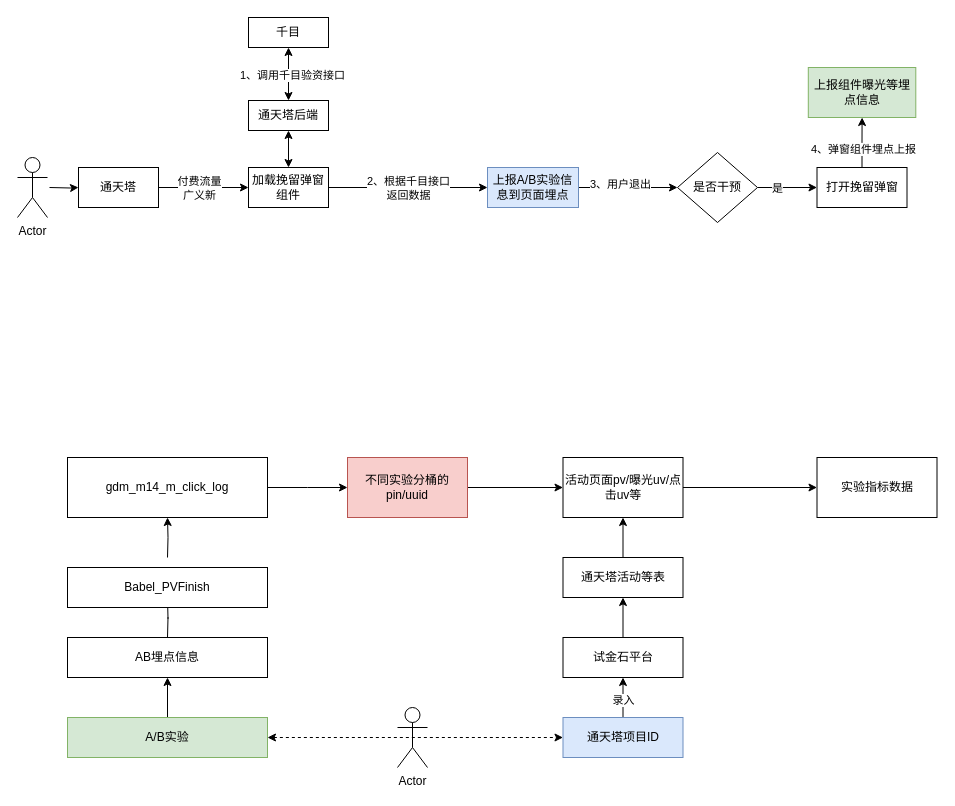
The draw.io diagram 挽留弹窗ab实验.drawio in BlankKelly/diagrams, before the edit. Source tidied: cells renumbered, new cells numbered last; positions are measured from the earlier drawing's top-left corner, leaving out a move shared by most shapes. Both pictures are drawn from the tidied source at 100%, with x=0, y=0 at pixel (17, 17).
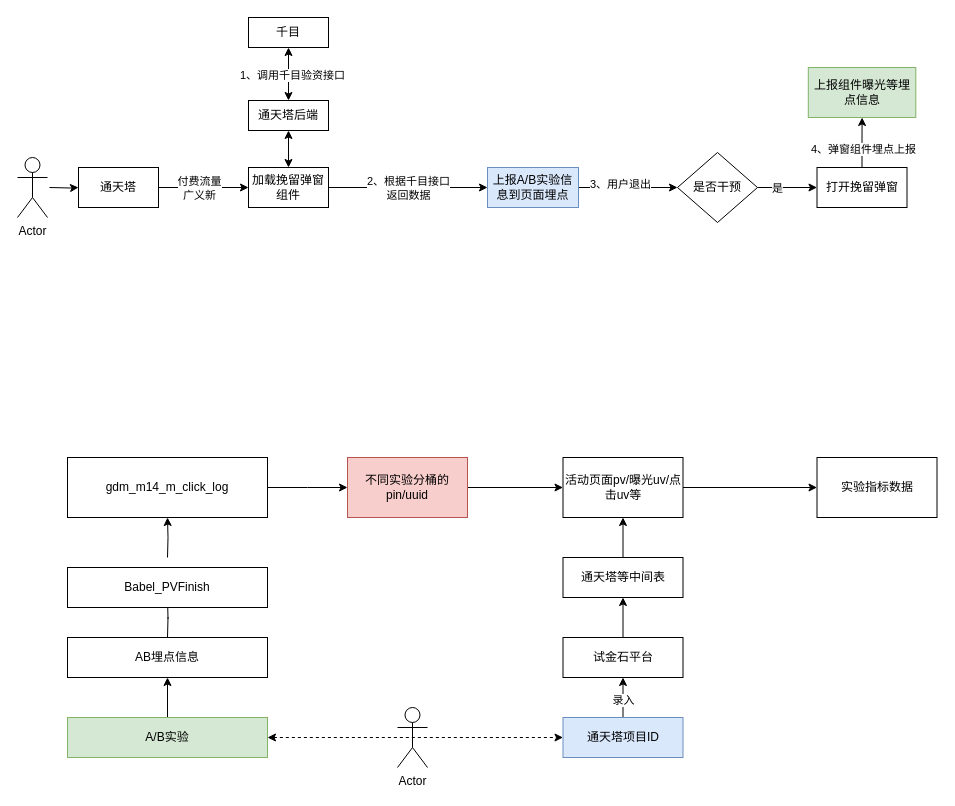
The same diagram, later.

Commit message:
更新挽留弹窗ab实验.drawio

Diff of the diagram source:
```diff
@@
-    <mxCell id="46" value="通天塔活动等表" style="rounded=0;whiteSpace=wrap;html=1;" parent="1" vertex="1">
+    <mxCell id="46" value="通天塔等中间表" style="rounded=0;whiteSpace=wrap;html=1;" parent="1" vertex="1">
       <mxGeometry x="545.5" y="540" width="120" height="40" as="geometry" />
     </mxCell>
```
